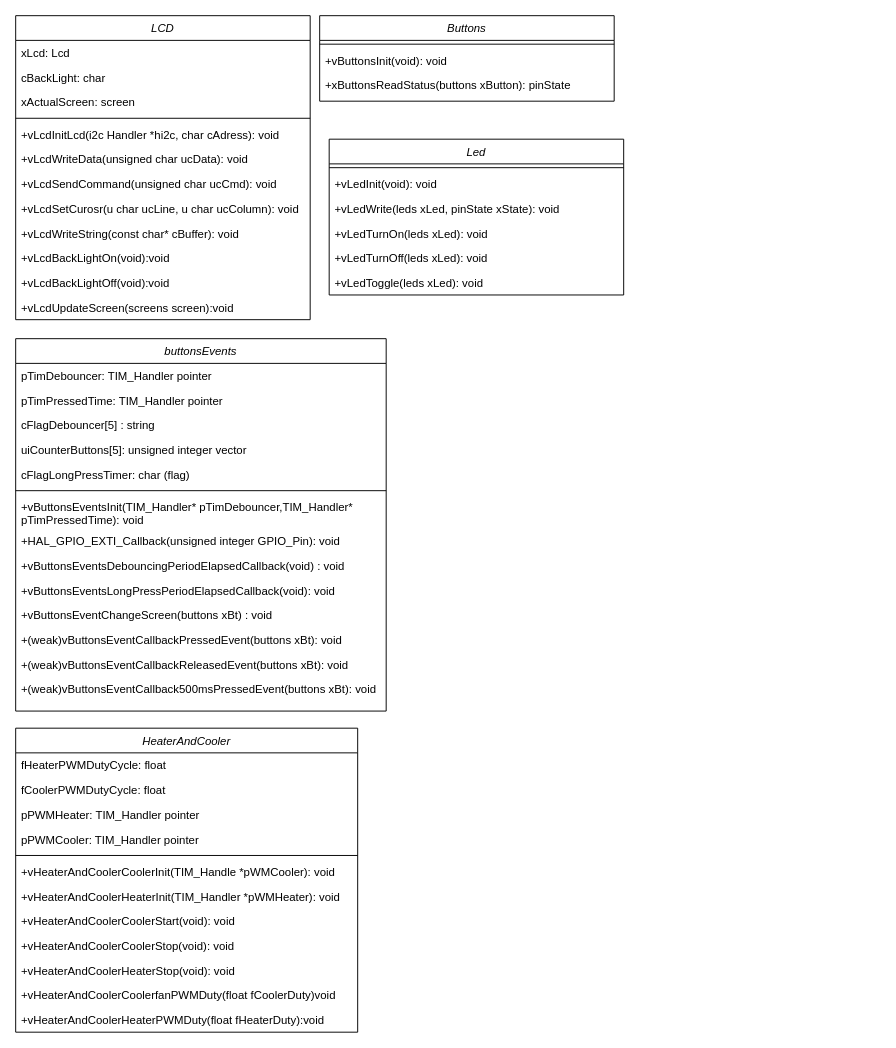
The draw.io diagram ClassDiagram.drawio in gabrielhaj/ES670-2023-A7, before the edit. Source tidied: cells renumbered, new cells numbered last; positions are measured from the earlier drawing's top-left corner, leaving out a move shared by most shapes. Both pictures are drawn from the tidied source at 95%, with x=0, y=0 at pixel (15, 15).
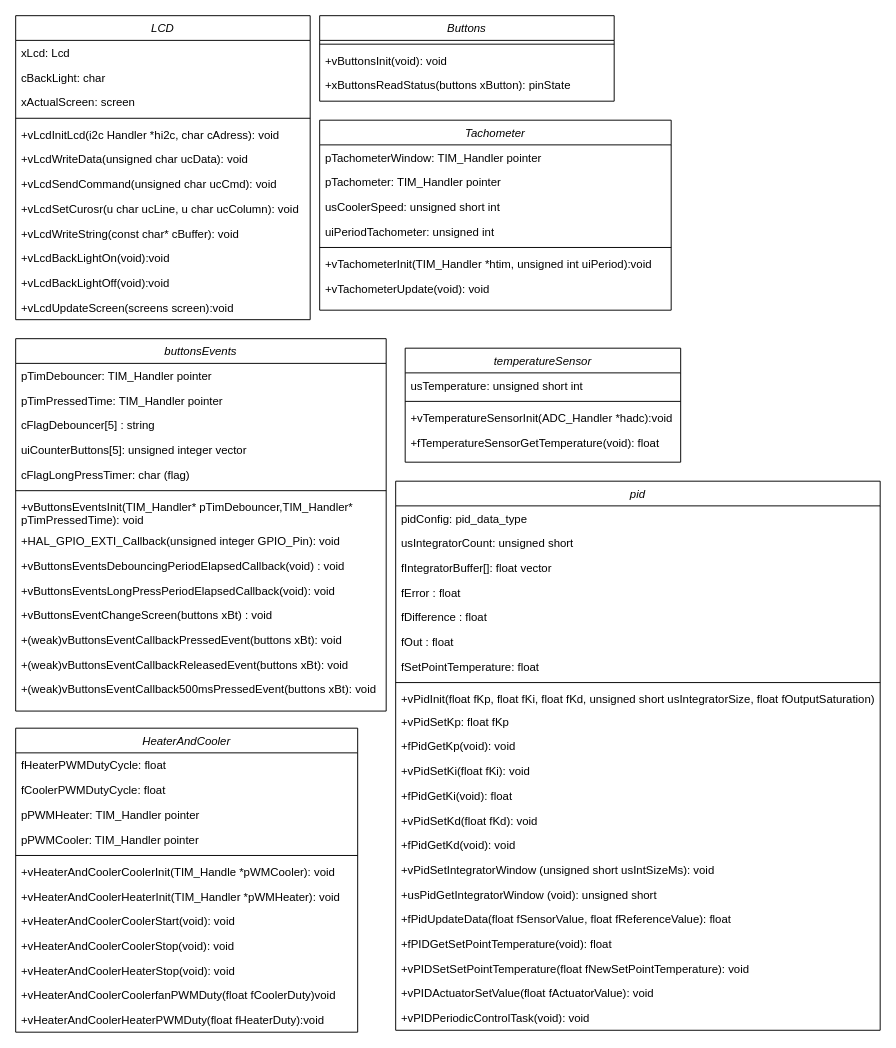
Above is the later version.

What changed in the source:
```diff
@@
-    <mxCell id="47" value="Led" style="swimlane;fontStyle=2;align=center;verticalAlign=top;horizontal=1;startSize=26;rounded=0;shadow=0;strokeWidth=1;" parent="1" vertex="1">
-      <mxGeometry x="330" y="130" width="310" height="164" as="geometry" />
-    </mxCell>
-    <mxCell id="48" style="line;html=1;strokeWidth=1;align=left;verticalAlign=middle;spacingTop=-1;spacingLeft=3;spacingRight=3;labelPosition=right;" parent="47" vertex="1">
-      <mxGeometry y="26" width="310" height="8" as="geometry" />
-    </mxCell>
-    <mxCell id="49" value="+vLedInit(void): void" style="text;align=left;verticalAlign=top;spacingLeft=4;spacingRight=4;overflow=hidden;" parent="47" vertex="1">
-      <mxGeometry y="34" width="310" height="26" as="geometry" />
-    </mxCell>
-    <mxCell id="50" value="+vLedWrite(leds xLed, pinState xState): void" style="text;align=left;verticalAlign=top;spacingLeft=4;spacingRight=4;overflow=hidden;" parent="47" vertex="1">
-      <mxGeometry y="60" width="310" height="26" as="geometry" />
-    </mxCell>
-    <mxCell id="51" value="+vLedTurnOn(leds xLed): void" style="text;align=left;verticalAlign=top;spacingLeft=4;spacingRight=4;overflow=hidden;" parent="47" vertex="1">
-      <mxGeometry y="86" width="310" height="26" as="geometry" />
-    </mxCell>
-    <mxCell id="52" value="+vLedTurnOff(leds xLed): void" style="text;align=left;verticalAlign=top;spacingLeft=4;spacingRight=4;overflow=hidden;" parent="47" vertex="1">
-      <mxGeometry y="112" width="310" height="26" as="geometry" />
-    </mxCell>
-    <mxCell id="53" value="+vLedToggle(leds xLed): void" style="text;align=left;verticalAlign=top;spacingLeft=4;spacingRight=4;overflow=hidden;" parent="47" vertex="1">
-      <mxGeometry y="138" width="310" height="26" as="geometry" />
-    </mxCell>
+    <mxCell id="54" value="Tachometer" style="swimlane;fontStyle=2;align=center;verticalAlign=top;horizontal=1;startSize=26;rounded=0;shadow=0;strokeWidth=1;" parent="1" vertex="1">
+      <mxGeometry x="320" y="110" width="370" height="200" as="geometry" />
+    </mxCell>
+    <mxCell id="55" value="pTachometerWindow: TIM_Handler pointer" style="text;align=left;verticalAlign=top;spacingLeft=4;spacingRight=4;overflow=hidden;" parent="54" vertex="1">
+      <mxGeometry y="26" width="370" height="26" as="geometry" />
+    </mxCell>
+    <mxCell id="56" value="pTachometer: TIM_Handler pointer" style="text;align=left;verticalAlign=top;spacingLeft=4;spacingRight=4;overflow=hidden;rounded=0;shadow=0;html=0;" parent="54" vertex="1">
+      <mxGeometry y="52" width="370" height="26" as="geometry" />
+    </mxCell>
+    <mxCell id="57" value="usCoolerSpeed: unsigned short int" style="text;align=left;verticalAlign=top;spacingLeft=4;spacingRight=4;overflow=hidden;rounded=0;shadow=0;html=0;" parent="54" vertex="1">
+      <mxGeometry y="78" width="370" height="26" as="geometry" />
+    </mxCell>
+    <mxCell id="58" value="uiPeriodTachometer: unsigned int" style="text;align=left;verticalAlign=top;spacingLeft=4;spacingRight=4;overflow=hidden;rounded=0;shadow=0;html=0;" parent="54" vertex="1">
+      <mxGeometry y="104" width="370" height="26" as="geometry" />
+    </mxCell>
+    <mxCell id="59" style="line;html=1;strokeWidth=1;align=left;verticalAlign=middle;spacingTop=-1;spacingLeft=3;spacingRight=3;labelPosition=right;" parent="54" vertex="1">
+      <mxGeometry y="130" width="370" height="8" as="geometry" />
+    </mxCell>
+    <mxCell id="60" value="+vTachometerInit(TIM_Handler *htim, unsigned int uiPeriod):void" style="text;align=left;verticalAlign=top;spacingLeft=4;spacingRight=4;overflow=hidden;" parent="54" vertex="1">
+      <mxGeometry y="138" width="370" height="26" as="geometry" />
+    </mxCell>
+    <mxCell id="61" value="+vTachometerUpdate(void): void" style="text;align=left;verticalAlign=top;spacingLeft=4;spacingRight=4;overflow=hidden;" parent="54" vertex="1">
+      <mxGeometry y="164" width="370" height="26" as="geometry" />
+    </mxCell>
+    <mxCell id="62" value="temperatureSensor" style="swimlane;fontStyle=2;align=center;verticalAlign=top;horizontal=1;startSize=26;rounded=0;shadow=0;strokeWidth=1;" parent="1" vertex="1">
+      <mxGeometry x="410" y="350" width="290" height="120" as="geometry" />
+    </mxCell>
+    <mxCell id="63" value="usTemperature: unsigned short int" style="text;align=left;verticalAlign=top;spacingLeft=4;spacingRight=4;overflow=hidden;" parent="62" vertex="1">
+      <mxGeometry y="26" width="290" height="26" as="geometry" />
+    </mxCell>
+    <mxCell id="64" style="line;html=1;strokeWidth=1;align=left;verticalAlign=middle;spacingTop=-1;spacingLeft=3;spacingRight=3;labelPosition=right;" parent="62" vertex="1">
+      <mxGeometry y="52" width="290" height="8" as="geometry" />
+    </mxCell>
+    <mxCell id="65" value="+vTemperatureSensorInit(ADC_Handler *hadc):void" style="text;align=left;verticalAlign=top;spacingLeft=4;spacingRight=4;overflow=hidden;" parent="62" vertex="1">
+      <mxGeometry y="60" width="290" height="26" as="geometry" />
+    </mxCell>
+    <mxCell id="66" value="+fTemperatureSensorGetTemperature(void): float" style="text;align=left;verticalAlign=top;spacingLeft=4;spacingRight=4;overflow=hidden;" parent="62" vertex="1">
+      <mxGeometry y="86" width="290" height="26" as="geometry" />
+    </mxCell>
+    <mxCell id="67" value="pid" style="swimlane;fontStyle=2;align=center;verticalAlign=top;horizontal=1;startSize=26;rounded=0;shadow=0;strokeWidth=1;" parent="1" vertex="1">
+      <mxGeometry x="400" y="490" width="510" height="578" as="geometry" />
+    </mxCell>
+    <mxCell id="68" value="pidConfig: pid_data_type" style="text;align=left;verticalAlign=top;spacingLeft=4;spacingRight=4;overflow=hidden;" parent="67" vertex="1">
+      <mxGeometry y="26" width="510" height="26" as="geometry" />
+    </mxCell>
+    <mxCell id="69" value="usIntegratorCount: unsigned short" style="text;align=left;verticalAlign=top;spacingLeft=4;spacingRight=4;overflow=hidden;rounded=0;shadow=0;html=0;" parent="67" vertex="1">
+      <mxGeometry y="52" width="510" height="26" as="geometry" />
+    </mxCell>
+    <mxCell id="70" value="fIntegratorBuffer[]: float vector" style="text;align=left;verticalAlign=top;spacingLeft=4;spacingRight=4;overflow=hidden;rounded=0;shadow=0;html=0;" parent="67" vertex="1">
+      <mxGeometry y="78" width="510" height="26" as="geometry" />
+    </mxCell>
+    <mxCell id="71" value="fError : float" style="text;align=left;verticalAlign=top;spacingLeft=4;spacingRight=4;overflow=hidden;rounded=0;shadow=0;html=0;" parent="67" vertex="1">
+      <mxGeometry y="104" width="510" height="26" as="geometry" />
+    </mxCell>
+    <mxCell id="72" value="fDifference : float" style="text;align=left;verticalAlign=top;spacingLeft=4;spacingRight=4;overflow=hidden;rounded=0;shadow=0;html=0;" parent="67" vertex="1">
+      <mxGeometry y="130" width="510" height="26" as="geometry" />
+    </mxCell>
+    <mxCell id="73" value="fOut : float" style="text;align=left;verticalAlign=top;spacingLeft=4;spacingRight=4;overflow=hidden;rounded=0;shadow=0;html=0;" parent="67" vertex="1">
+      <mxGeometry y="156" width="510" height="26" as="geometry" />
+    </mxCell>
+    <mxCell id="74" value="fSetPointTemperature: float" style="text;align=left;verticalAlign=top;spacingLeft=4;spacingRight=4;overflow=hidden;rounded=0;shadow=0;html=0;" parent="67" vertex="1">
+      <mxGeometry y="182" width="510" height="26" as="geometry" />
+    </mxCell>
+    <mxCell id="75" style="line;html=1;strokeWidth=1;align=left;verticalAlign=middle;spacingTop=-1;spacingLeft=3;spacingRight=3;labelPosition=right;" parent="67" vertex="1">
+      <mxGeometry y="208" width="510" height="8" as="geometry" />
+    </mxCell>
+    <mxCell id="76" value="+vPidInit(float fKp, float fKi, float fKd, unsigned short usIntegratorSize, float fOutputSaturation)" style="text;align=left;verticalAlign=top;spacingLeft=4;spacingRight=4;overflow=hidden;" parent="67" vertex="1">
+      <mxGeometry y="216" width="510" height="24" as="geometry" />
+    </mxCell>
+    <mxCell id="77" value="+vPidSetKp: float fKp" style="text;align=left;verticalAlign=top;spacingLeft=4;spacingRight=4;overflow=hidden;" parent="67" vertex="1">
+      <mxGeometry y="240" width="510" height="26" as="geometry" />
+    </mxCell>
+    <mxCell id="78" value="+fPidGetKp(void): void" style="text;align=left;verticalAlign=top;spacingLeft=4;spacingRight=4;overflow=hidden;" parent="67" vertex="1">
+      <mxGeometry y="266" width="510" height="26" as="geometry" />
+    </mxCell>
+    <mxCell id="79" value="+vPidSetKi(float fKi): void " style="text;align=left;verticalAlign=top;spacingLeft=4;spacingRight=4;overflow=hidden;" parent="67" vertex="1">
+      <mxGeometry y="292" width="510" height="26" as="geometry" />
+    </mxCell>
+    <mxCell id="80" value="+fPidGetKi(void): float" style="text;align=left;verticalAlign=top;spacingLeft=4;spacingRight=4;overflow=hidden;" parent="67" vertex="1">
+      <mxGeometry y="318" width="510" height="26" as="geometry" />
+    </mxCell>
+    <mxCell id="81" value="+vPidSetKd(float fKd): void" style="text;align=left;verticalAlign=top;spacingLeft=4;spacingRight=4;overflow=hidden;" parent="67" vertex="1">
+      <mxGeometry y="344" width="510" height="26" as="geometry" />
+    </mxCell>
+    <mxCell id="82" value="+fPidGetKd(void): void" style="text;align=left;verticalAlign=top;spacingLeft=4;spacingRight=4;overflow=hidden;" parent="67" vertex="1">
+      <mxGeometry y="370" width="510" height="26" as="geometry" />
+    </mxCell>
+    <mxCell id="83" value="+vPidSetIntegratorWindow (unsigned short usIntSizeMs): void" style="text;align=left;verticalAlign=top;spacingLeft=4;spacingRight=4;overflow=hidden;" parent="67" vertex="1">
+      <mxGeometry y="396" width="510" height="26" as="geometry" />
+    </mxCell>
+    <mxCell id="84" value="+usPidGetIntegratorWindow (void): unsigned short" style="text;align=left;verticalAlign=top;spacingLeft=4;spacingRight=4;overflow=hidden;" parent="67" vertex="1">
+      <mxGeometry y="422" width="510" height="26" as="geometry" />
+    </mxCell>
+    <mxCell id="85" value="+fPidUpdateData(float fSensorValue, float fReferenceValue): float" style="text;align=left;verticalAlign=top;spacingLeft=4;spacingRight=4;overflow=hidden;" parent="67" vertex="1">
+      <mxGeometry y="448" width="510" height="26" as="geometry" />
+    </mxCell>
+    <mxCell id="86" value="+fPIDGetSetPointTemperature(void): float" style="text;align=left;verticalAlign=top;spacingLeft=4;spacingRight=4;overflow=hidden;" parent="67" vertex="1">
+      <mxGeometry y="474" width="510" height="26" as="geometry" />
+    </mxCell>
+    <mxCell id="87" value="+vPIDSetSetPointTemperature(float fNewSetPointTemperature): void" style="text;align=left;verticalAlign=top;spacingLeft=4;spacingRight=4;overflow=hidden;" parent="67" vertex="1">
+      <mxGeometry y="500" width="510" height="26" as="geometry" />
+    </mxCell>
+    <mxCell id="88" value="+vPIDActuatorSetValue(float fActuatorValue): void" style="text;align=left;verticalAlign=top;spacingLeft=4;spacingRight=4;overflow=hidden;" parent="67" vertex="1">
+      <mxGeometry y="526" width="510" height="26" as="geometry" />
+    </mxCell>
+    <mxCell id="89" value="+vPIDPeriodicControlTask(void): void" style="text;align=left;verticalAlign=top;spacingLeft=4;spacingRight=4;overflow=hidden;" parent="67" vertex="1">
+      <mxGeometry y="552" width="510" height="26" as="geometry" />
+    </mxCell>
```
